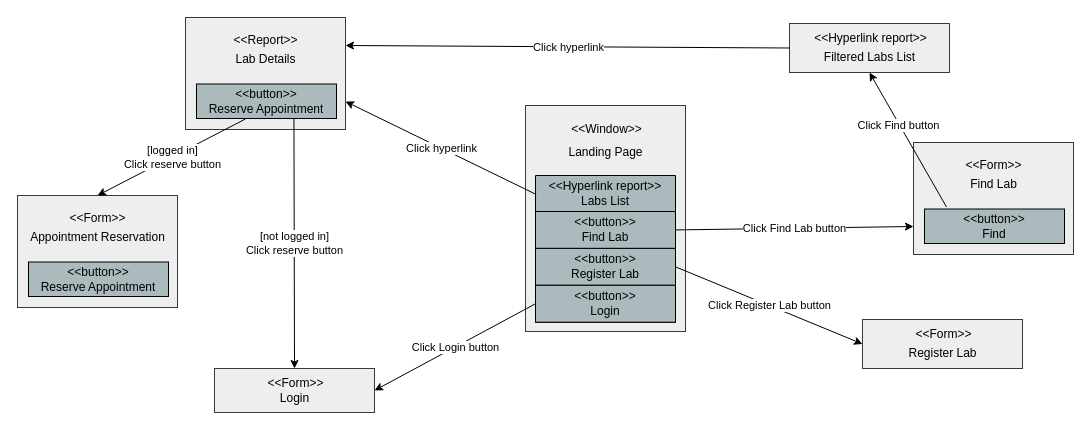
This is page "LandingPage" (1 of 6) of WindowsNavigationDiagram.drawio from ArashSameni/SoftwareEngineering, a draw.io file, before an edit. Source tidied: cells renumbered, new cells numbered last; positions are measured from the earlier drawing's top-left corner, leaving out a move shared by most shapes. Both pictures are drawn from the tidied source at 100%, with x=0, y=0 at pixel (17, 17).
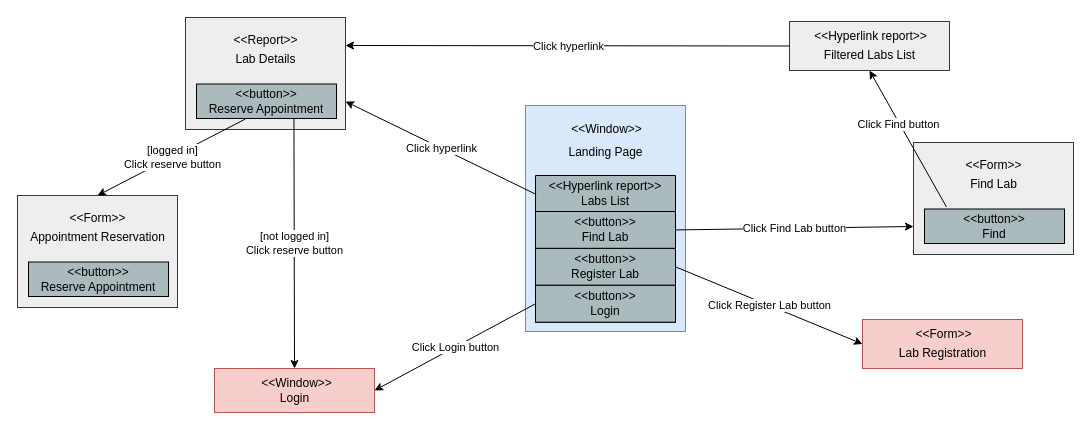
The same diagram, later.

Unchanged cells that the change refers to:
```xml
<mxCell id="16" style="group;" parent="1" vertex="1">
  <mxGeometry x="197" y="351" width="160" height="44" as="geometry" />
</mxCell>
<mxCell id="46" style="group;" parent="1" vertex="1">
  <mxGeometry x="845" y="302" width="160" height="49" as="geometry" />
</mxCell>
```

Diff of the diagram source:
```diff
@@
-    <mxCell id="2" style="group;imageAlign=center;fillColor=#eeeeee;strokeColor=#36393d;imageVerticalAlign=top;fixDash=1;" parent="1" vertex="1">
+    <mxCell id="2" style="group;imageAlign=center;fillColor=#dae8fc;strokeColor=#6c8ebf;imageVerticalAlign=top;fixDash=1;" parent="1" vertex="1">
       <mxGeometry x="508" y="88" width="160" height="226" as="geometry" />
     </mxCell>
@@
-    <mxCell id="17" style="group;imageAlign=center;fillColor=#eeeeee;strokeColor=#36393d;imageVerticalAlign=top;fixDash=1;" parent="16" vertex="1">
+    <mxCell id="17" style="group;imageAlign=center;fillColor=#f8cecc;strokeColor=#b85450;imageVerticalAlign=top;fixDash=1;" parent="16" vertex="1">
       <mxGeometry width="160" height="44" as="geometry" />
     </mxCell>
-    <mxCell id="18" value="&amp;lt;&amp;lt;Form&amp;gt;&amp;gt;" style="text;html=1;align=center;verticalAlign=middle;strokeColor=none;fillColor=none;imageAlign=center;" parent="16" vertex="1">
-      <mxGeometry x="44" y="10" width="74" height="10.2" as="geometry" />
+    <mxCell id="18" value="&amp;lt;&amp;lt;Window&amp;gt;&amp;gt;" style="text;html=1;align=center;verticalAlign=middle;strokeColor=none;fillColor=none;imageAlign=center;" parent="16" vertex="1">
+      <mxGeometry x="37" y="2" width="89" height="26" as="geometry" />
     </mxCell>
@@
     <mxCell id="38" style="group;" parent="1" vertex="1">
-      <mxGeometry x="772" y="6" width="160" height="49" as="geometry" />
+      <mxGeometry x="772" y="4" width="160" height="49" as="geometry" />
     </mxCell>
@@
-    <mxCell id="47" style="group;imageAlign=center;fillColor=#eeeeee;strokeColor=#36393d;imageVerticalAlign=top;fixDash=1;" parent="46" vertex="1">
+    <mxCell id="47" style="group;imageAlign=center;fillColor=#f8cecc;strokeColor=#b85450;imageVerticalAlign=top;fixDash=1;" parent="46" vertex="1">
       <mxGeometry width="160" height="49" as="geometry" />
     </mxCell>
@@
-    <mxCell id="49" value="Register Lab" style="text;html=1;align=center;verticalAlign=middle;strokeColor=none;fillColor=none;imageAspect=0;imageVerticalAlign=top;fixDash=0;" parent="46" vertex="1">
+    <mxCell id="49" value="Lab Registration" style="text;html=1;align=center;verticalAlign=middle;strokeColor=none;fillColor=none;imageAspect=0;imageVerticalAlign=top;fixDash=0;" parent="46" vertex="1">
       <mxGeometry x="40" y="28.1" width="80" height="12.2" as="geometry" />
     </mxCell>
```
